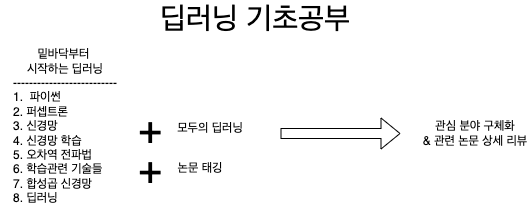
This is img/img_loadmap1.png from jeahun10717/DL_paper_review, a draw.io export, as it was before one commit. Source tidied: cells renumbered, new cells last; positions are measured from the earlier drawing's top-left corner, leaving out a move shared by most shapes. Source of this version:
```xml
<mxGraphModel>
  <root>
    <mxCell id="0" />
    <mxCell id="1" parent="0" />
    <mxCell id="2" value="밑바닥부터 &lt;br&gt;시작하는 딥러닝&lt;br&gt;--------------------------&lt;br&gt;&lt;div style=&quot;text-align: left;&quot;&gt;&lt;span style=&quot;background-color: initial;&quot;&gt;1.&amp;nbsp; 파이썬&lt;/span&gt;&lt;/div&gt;&lt;div style=&quot;text-align: left;&quot;&gt;&lt;span style=&quot;background-color: initial;&quot;&gt;2. 퍼셉트론&lt;/span&gt;&lt;/div&gt;&lt;div style=&quot;text-align: left;&quot;&gt;&lt;span style=&quot;background-color: initial;&quot;&gt;3. 신경망&lt;/span&gt;&lt;/div&gt;&lt;div style=&quot;text-align: left;&quot;&gt;&lt;span style=&quot;background-color: initial;&quot;&gt;4. 신경망 학습&lt;/span&gt;&lt;/div&gt;&lt;div style=&quot;text-align: left;&quot;&gt;&lt;span style=&quot;background-color: initial;&quot;&gt;5. 오차역 전파법&lt;/span&gt;&lt;/div&gt;&lt;div style=&quot;text-align: left;&quot;&gt;&lt;span style=&quot;background-color: initial;&quot;&gt;6. 학습관련 기술들&lt;/span&gt;&lt;/div&gt;&lt;div style=&quot;text-align: left;&quot;&gt;&lt;span style=&quot;background-color: initial;&quot;&gt;7. 합성곱 신경망&lt;/span&gt;&lt;/div&gt;&lt;div style=&quot;text-align: left;&quot;&gt;&lt;span style=&quot;background-color: initial;&quot;&gt;8. 딥러닝&lt;/span&gt;&lt;/div&gt;&lt;div style=&quot;text-align: left;&quot;&gt;&lt;span style=&quot;background-color: initial;&quot;&gt;&lt;br&gt;&lt;/span&gt;&lt;/div&gt;" style="text;html=1;strokeColor=none;fillColor=none;align=center;verticalAlign=middle;whiteSpace=wrap;rounded=0;" parent="1" vertex="1">
      <mxGeometry y="40" width="130" height="180" as="geometry" />
    </mxCell>
    <mxCell id="3" value="&lt;font style=&quot;font-size: 30px;&quot;&gt;딥러닝 기초공부&lt;/font&gt;" style="text;html=1;strokeColor=none;fillColor=none;align=center;verticalAlign=middle;whiteSpace=wrap;rounded=0;" parent="1" vertex="1">
      <mxGeometry x="150" width="210" height="30" as="geometry" />
    </mxCell>
    <mxCell id="4" value="&lt;font style=&quot;font-size: 40px;&quot;&gt;+&lt;/font&gt;" style="text;html=1;strokeColor=none;fillColor=none;align=center;verticalAlign=middle;whiteSpace=wrap;rounded=0;" parent="1" vertex="1">
      <mxGeometry x="120" y="110" width="60" height="30" as="geometry" />
    </mxCell>
    <mxCell id="5" value="모두의 딥러닝" style="text;html=1;strokeColor=none;fillColor=none;align=center;verticalAlign=middle;whiteSpace=wrap;rounded=0;" parent="1" vertex="1">
      <mxGeometry x="160" y="110" width="100" height="30" as="geometry" />
    </mxCell>
    <mxCell id="6" value="&lt;font style=&quot;font-size: 40px;&quot;&gt;+&lt;/font&gt;" style="text;html=1;strokeColor=none;fillColor=none;align=center;verticalAlign=middle;whiteSpace=wrap;rounded=0;" parent="1" vertex="1">
      <mxGeometry x="120" y="150" width="60" height="30" as="geometry" />
    </mxCell>
    <mxCell id="7" value="논문 태깅&lt;br&gt;" style="text;html=1;strokeColor=none;fillColor=none;align=center;verticalAlign=middle;whiteSpace=wrap;rounded=0;" parent="1" vertex="1">
      <mxGeometry x="150" y="150" width="100" height="30" as="geometry" />
    </mxCell>
    <mxCell id="8" style="shape=flexArrow;endArrow=classic;html=1;rounded=0;fontSize=30;" parent="1" edge="1">
      <mxGeometry relative="1" as="geometry">
        <mxPoint x="280" y="130" as="sourcePoint" />
        <mxPoint x="400" y="130" as="targetPoint" />
      </mxGeometry>
    </mxCell>
    <mxCell id="9" value="관심 분야 구체화&lt;br&gt;&amp;amp; 관련 논문 상세 리뷰" style="text;html=1;strokeColor=none;fillColor=none;align=center;verticalAlign=middle;whiteSpace=wrap;rounded=0;" parent="1" vertex="1">
      <mxGeometry x="420" y="115" width="110" height="30" as="geometry" />
    </mxCell>
  </root>
</mxGraphModel>
```
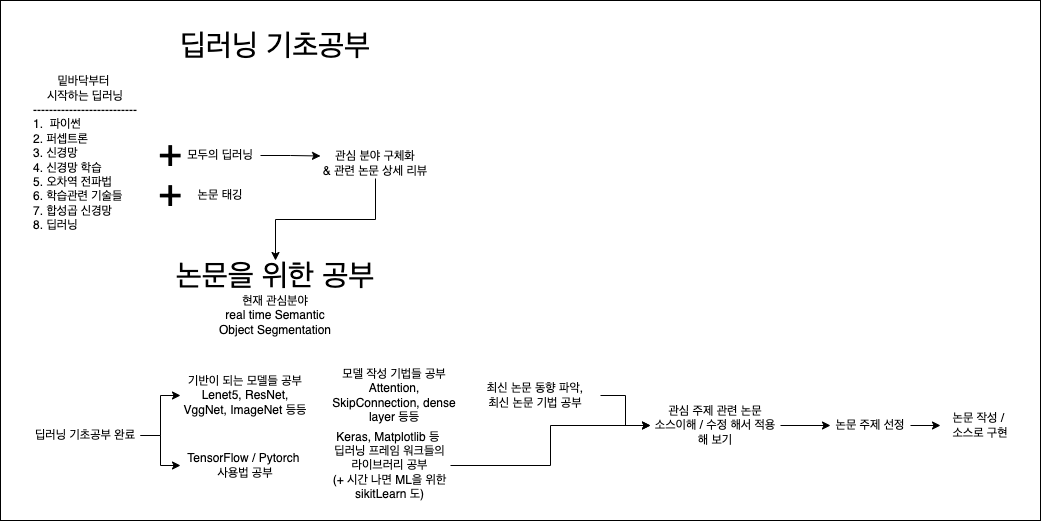
After the change.

Commit message:
deep learning loadmap upload

Diff of the diagram source:
```diff
@@ -2,6 +2,9 @@
   <root>
     <mxCell id="0" />
     <mxCell id="1" parent="0" />
+    <mxCell id="10" style="rounded=0;whiteSpace=wrap;html=1;" parent="1" vertex="1">
+      <mxGeometry x="-20" y="-30" width="1040" height="520" as="geometry" />
+    </mxCell>
     <mxCell id="2" value="밑바닥부터 &lt;br&gt;시작하는 딥러닝&lt;br&gt;--------------------------&lt;br&gt;&lt;div style=&quot;text-align: left;&quot;&gt;&lt;span style=&quot;background-color: initial;&quot;&gt;1.&amp;nbsp; 파이썬&lt;/span&gt;&lt;/div&gt;&lt;div style=&quot;text-align: left;&quot;&gt;&lt;span style=&quot;background-color: initial;&quot;&gt;2. 퍼셉트론&lt;/span&gt;&lt;/div&gt;&lt;div style=&quot;text-align: left;&quot;&gt;&lt;span style=&quot;background-color: initial;&quot;&gt;3. 신경망&lt;/span&gt;&lt;/div&gt;&lt;div style=&quot;text-align: left;&quot;&gt;&lt;span style=&quot;background-color: initial;&quot;&gt;4. 신경망 학습&lt;/span&gt;&lt;/div&gt;&lt;div style=&quot;text-align: left;&quot;&gt;&lt;span style=&quot;background-color: initial;&quot;&gt;5. 오차역 전파법&lt;/span&gt;&lt;/div&gt;&lt;div style=&quot;text-align: left;&quot;&gt;&lt;span style=&quot;background-color: initial;&quot;&gt;6. 학습관련 기술들&lt;/span&gt;&lt;/div&gt;&lt;div style=&quot;text-align: left;&quot;&gt;&lt;span style=&quot;background-color: initial;&quot;&gt;7. 합성곱 신경망&lt;/span&gt;&lt;/div&gt;&lt;div style=&quot;text-align: left;&quot;&gt;&lt;span style=&quot;background-color: initial;&quot;&gt;8. 딥러닝&lt;/span&gt;&lt;/div&gt;&lt;div style=&quot;text-align: left;&quot;&gt;&lt;span style=&quot;background-color: initial;&quot;&gt;&lt;br&gt;&lt;/span&gt;&lt;/div&gt;" style="text;html=1;strokeColor=none;fillColor=none;align=center;verticalAlign=middle;whiteSpace=wrap;rounded=0;" parent="1" vertex="1">
       <mxGeometry y="40" width="130" height="180" as="geometry" />
     </mxCell>
@@ -9,25 +12,76 @@
       <mxGeometry x="150" width="210" height="30" as="geometry" />
     </mxCell>
     <mxCell id="4" value="&lt;font style=&quot;font-size: 40px;&quot;&gt;+&lt;/font&gt;" style="text;html=1;strokeColor=none;fillColor=none;align=center;verticalAlign=middle;whiteSpace=wrap;rounded=0;" parent="1" vertex="1">
-      <mxGeometry x="120" y="110" width="60" height="30" as="geometry" />
+      <mxGeometry x="120" y="106" width="60" height="30" as="geometry" />
     </mxCell>
+    <mxCell id="11" style="edgeStyle=orthogonalEdgeStyle;rounded=0;jettySize=auto;html=1;exitX=1;exitY=0.5;exitDx=0;exitDy=0;entryX=0;entryY=0.25;entryDx=0;entryDy=0;" parent="1" edge="1" source="5" target="9">
+      <mxGeometry relative="1" as="geometry" />
+    </mxCell>
     <mxCell id="5" value="모두의 딥러닝" style="text;html=1;strokeColor=none;fillColor=none;align=center;verticalAlign=middle;whiteSpace=wrap;rounded=0;" parent="1" vertex="1">
-      <mxGeometry x="160" y="110" width="100" height="30" as="geometry" />
+      <mxGeometry x="160" y="110" width="80" height="30" as="geometry" />
     </mxCell>
     <mxCell id="6" value="&lt;font style=&quot;font-size: 40px;&quot;&gt;+&lt;/font&gt;" style="text;html=1;strokeColor=none;fillColor=none;align=center;verticalAlign=middle;whiteSpace=wrap;rounded=0;" parent="1" vertex="1">
-      <mxGeometry x="120" y="150" width="60" height="30" as="geometry" />
+      <mxGeometry x="120" y="146" width="60" height="30" as="geometry" />
     </mxCell>
     <mxCell id="7" value="논문 태깅&lt;br&gt;" style="text;html=1;strokeColor=none;fillColor=none;align=center;verticalAlign=middle;whiteSpace=wrap;rounded=0;" parent="1" vertex="1">
       <mxGeometry x="150" y="150" width="100" height="30" as="geometry" />
     </mxCell>
-    <mxCell id="8" style="shape=flexArrow;endArrow=classic;html=1;rounded=0;fontSize=30;" parent="1" edge="1">
-      <mxGeometry relative="1" as="geometry">
-        <mxPoint x="280" y="130" as="sourcePoint" />
-        <mxPoint x="400" y="130" as="targetPoint" />
-      </mxGeometry>
-    </mxCell>
+    <mxCell id="12" style="edgeStyle=orthogonalEdgeStyle;rounded=0;jettySize=auto;html=1;entryX=0.5;entryY=0;entryDx=0;entryDy=0;" parent="1" edge="1" source="9" target="14">
+      <mxGeometry relative="1" as="geometry" />
+    </mxCell>
     <mxCell id="9" value="관심 분야 구체화&lt;br&gt;&amp;amp; 관련 논문 상세 리뷰" style="text;html=1;strokeColor=none;fillColor=none;align=center;verticalAlign=middle;whiteSpace=wrap;rounded=0;" parent="1" vertex="1">
-      <mxGeometry x="420" y="115" width="110" height="30" as="geometry" />
+      <mxGeometry x="300" y="118" width="110" height="30" as="geometry" />
     </mxCell>
+    <mxCell id="13" value="현재 관심분야&lt;br&gt;real time Semantic Object Segmentation" style="text;html=1;strokeColor=none;fillColor=none;align=center;verticalAlign=middle;whiteSpace=wrap;rounded=0;" parent="1" vertex="1">
+      <mxGeometry x="190" y="270" width="130" height="30" as="geometry" />
+    </mxCell>
+    <mxCell id="14" value="&lt;span style=&quot;font-size: 30px;&quot;&gt;논문을 위한 공부&lt;/span&gt;" style="text;html=1;strokeColor=none;fillColor=none;align=center;verticalAlign=middle;whiteSpace=wrap;rounded=0;" parent="1" vertex="1">
+      <mxGeometry x="150" y="230" width="210" height="30" as="geometry" />
+    </mxCell>
+    <mxCell id="15" style="edgeStyle=orthogonalEdgeStyle;rounded=0;jettySize=auto;html=1;entryX=0;entryY=0.5;entryDx=0;entryDy=0;" parent="1" edge="1" source="17" target="18">
+      <mxGeometry relative="1" as="geometry" />
+    </mxCell>
+    <mxCell id="16" style="edgeStyle=orthogonalEdgeStyle;rounded=0;jettySize=auto;html=1;entryX=0;entryY=0.5;entryDx=0;entryDy=0;" parent="1" edge="1" source="17" target="22">
+      <mxGeometry relative="1" as="geometry" />
+    </mxCell>
+    <mxCell id="17" value="딥러닝 기초공부 완료" style="text;html=1;strokeColor=none;fillColor=none;align=center;verticalAlign=middle;whiteSpace=wrap;rounded=0;" parent="1" vertex="1">
+      <mxGeometry x="10" y="390" width="110" height="30" as="geometry" />
+    </mxCell>
+    <mxCell id="18" value="기반이 되는 모델들 공부&lt;br&gt;Lenet5, ResNet, VggNet, ImageNet 등등" style="text;html=1;strokeColor=none;fillColor=none;align=center;verticalAlign=middle;whiteSpace=wrap;rounded=0;" parent="1" vertex="1">
+      <mxGeometry x="160" y="350" width="130" height="30" as="geometry" />
+    </mxCell>
+    <mxCell id="19" value="모델 작성 기법들 공부&lt;br&gt;Attention, SkipConnection, dense layer 등등" style="text;html=1;strokeColor=none;fillColor=none;align=center;verticalAlign=middle;whiteSpace=wrap;rounded=0;" parent="1" vertex="1">
+      <mxGeometry x="308.5" y="350" width="130" height="30" as="geometry" />
+    </mxCell>
+    <mxCell id="20" style="edgeStyle=orthogonalEdgeStyle;rounded=0;jettySize=auto;html=1;exitX=1;exitY=0.5;exitDx=0;exitDy=0;entryX=0;entryY=0.5;entryDx=0;entryDy=0;" parent="1" edge="1" source="21" target="26">
+      <mxGeometry relative="1" as="geometry" />
+    </mxCell>
+    <mxCell id="21" value="최신 논문 동향 파악,&lt;br&gt;최신 논문 기법 공부" style="text;html=1;strokeColor=none;fillColor=none;align=center;verticalAlign=middle;whiteSpace=wrap;rounded=0;" parent="1" vertex="1">
+      <mxGeometry x="450" y="350" width="130" height="30" as="geometry" />
+    </mxCell>
+    <mxCell id="22" value="TensorFlow / Pytorch &lt;br&gt;사용법 공부" style="text;html=1;strokeColor=none;fillColor=none;align=center;verticalAlign=middle;whiteSpace=wrap;rounded=0;" parent="1" vertex="1">
+      <mxGeometry x="160" y="420" width="130" height="30" as="geometry" />
+    </mxCell>
+    <mxCell id="23" style="edgeStyle=orthogonalEdgeStyle;rounded=0;jettySize=auto;html=1;entryX=0;entryY=0.5;entryDx=0;entryDy=0;" parent="1" edge="1" source="24" target="26">
+      <mxGeometry relative="1" as="geometry" />
+    </mxCell>
+    <mxCell id="24" value="Keras, Matplotlib 등 &lt;br&gt;딥러닝 프레임 워크들의&lt;br&gt;라이브러리 공부&lt;br&gt;(+ 시간 나면 ML을 위한 sikitLearn 도)" style="text;html=1;strokeColor=none;fillColor=none;align=center;verticalAlign=middle;whiteSpace=wrap;rounded=0;" parent="1" vertex="1">
+      <mxGeometry x="309" y="420" width="121" height="30" as="geometry" />
+    </mxCell>
+    <mxCell id="25" style="edgeStyle=orthogonalEdgeStyle;rounded=0;jettySize=auto;html=1;" parent="1" edge="1" source="26" target="28">
+      <mxGeometry relative="1" as="geometry" />
+    </mxCell>
+    <mxCell id="26" value="관심 주제 관련 논문&lt;br&gt;소스이해 / 수정 해서 적용해 보기" style="text;html=1;strokeColor=none;fillColor=none;align=center;verticalAlign=middle;whiteSpace=wrap;rounded=0;" parent="1" vertex="1">
+      <mxGeometry x="630" y="380" width="130" height="30" as="geometry" />
+    </mxCell>
+    <mxCell id="27" style="edgeStyle=orthogonalEdgeStyle;rounded=0;jettySize=auto;html=1;exitX=1;exitY=0.5;exitDx=0;exitDy=0;" parent="1" edge="1" source="28" target="29">
+      <mxGeometry relative="1" as="geometry" />
+    </mxCell>
+    <mxCell id="28" value="논문 주제 선정" style="text;html=1;strokeColor=none;fillColor=none;align=center;verticalAlign=middle;whiteSpace=wrap;rounded=0;" parent="1" vertex="1">
+      <mxGeometry x="810" y="380" width="80" height="30" as="geometry" />
+    </mxCell>
+    <mxCell id="29" value="논문 작성 / &lt;br&gt;소스로 구현" style="text;html=1;strokeColor=none;fillColor=none;align=center;verticalAlign=middle;whiteSpace=wrap;rounded=0;" parent="1" vertex="1">
+      <mxGeometry x="920" y="380" width="80" height="30" as="geometry" />
+    </mxCell>
   </root>
 </mxGraphModel>
```
